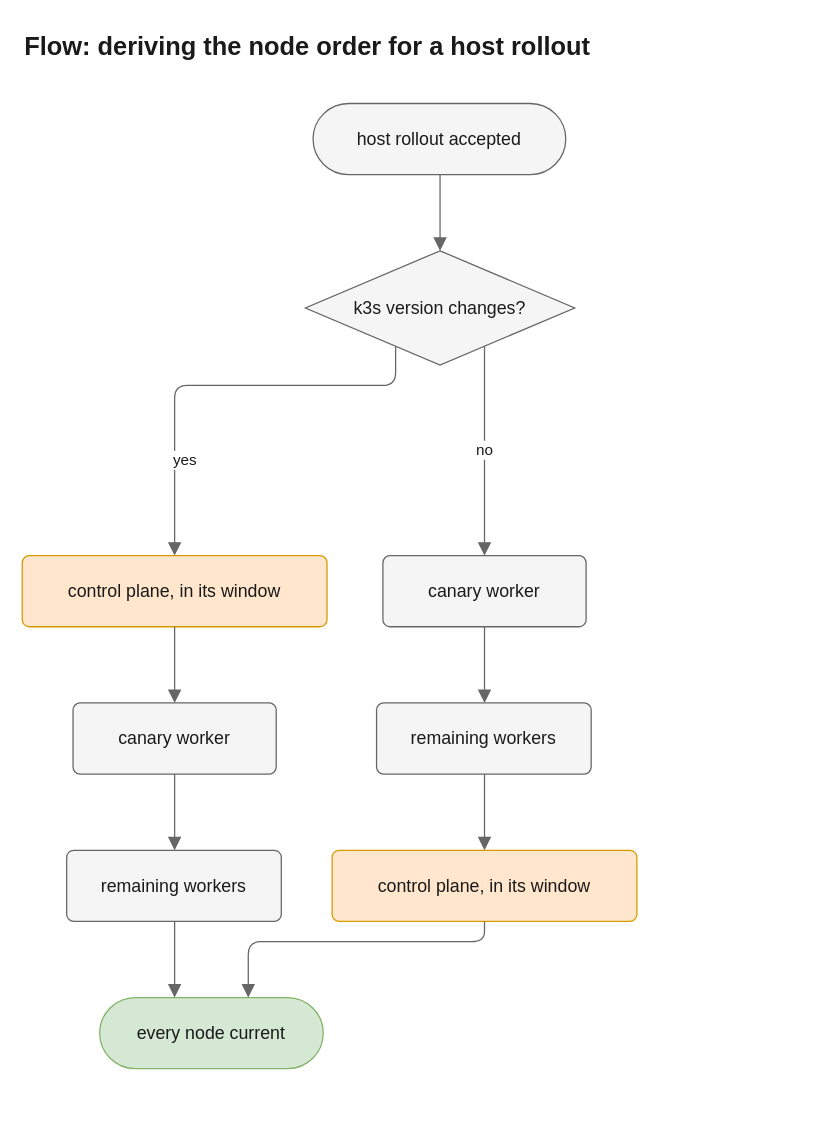
The draw.io diagram docs/diagrams/src/flow-host-order.drawio in JorisJonkers-dev/estate-kit, before the edit. Source tidied: cells renumbered, new cells numbered last; positions are measured from the earlier drawing's top-left corner, leaving out a move shared by most shapes. Both pictures are drawn from the tidied source at 127%, with x=0, y=0 at pixel (22, 22).
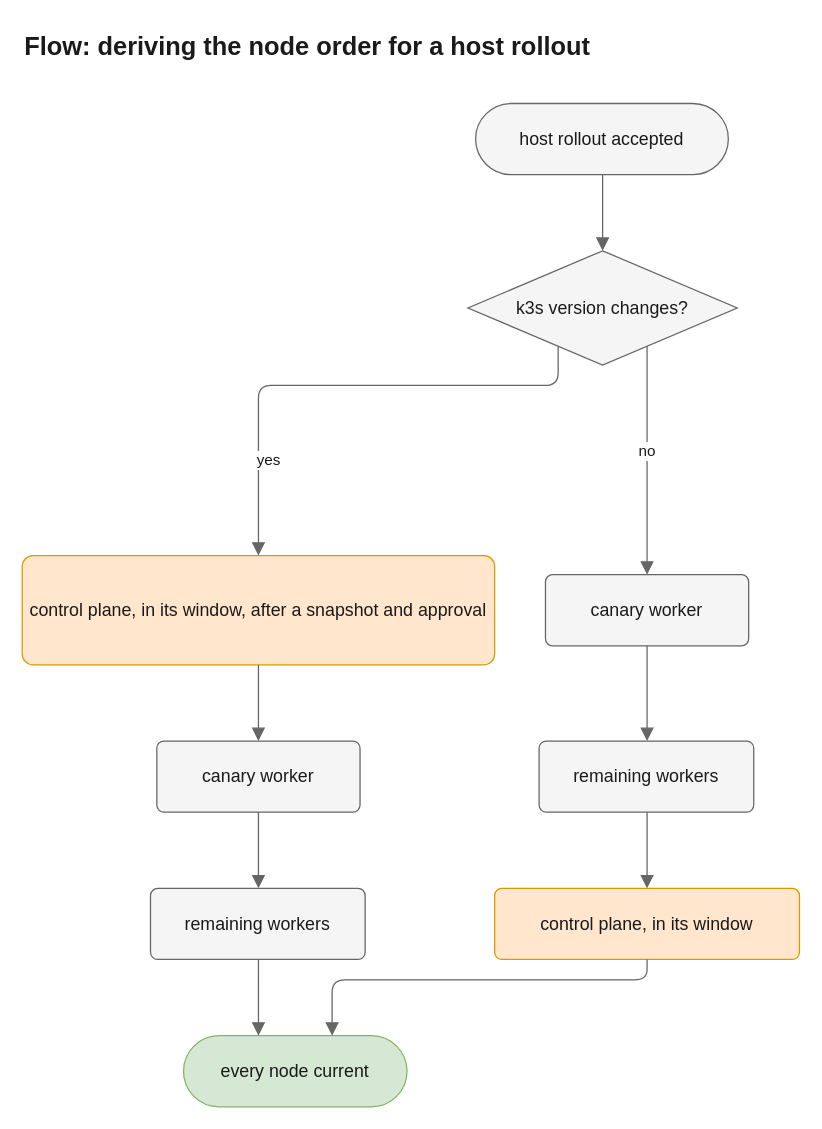
The same page after the edit.

The edit, as a diff of the source:
```diff
@@
     <mxCell id="2" value="host rollout accepted" style="rounded=1;arcSize=50;html=1;whiteSpace=wrap;fontSize=14;fontColor=light-dark(#1a1a1a,#e8e8e8);fillColor=light-dark(#f5f5f5,#2b2b2b);strokeColor=light-dark(#666666,#a8a8a8);fontFamily=Helvetica;" parent="1" vertex="1">
-      <mxGeometry x="229" y="64" width="199" height="56" as="geometry" />
+      <mxGeometry x="357" y="64" width="199" height="56" as="geometry" />
     </mxCell>
     <mxCell id="3" value="k3s version changes?" style="rhombus;html=1;whiteSpace=wrap;fontSize=14;fontColor=light-dark(#1a1a1a,#e8e8e8);fillColor=light-dark(#f5f5f5,#2b2b2b);strokeColor=light-dark(#666666,#a8a8a8);fontFamily=Helvetica;" parent="1" vertex="1">
-      <mxGeometry x="223" y="180" width="212" height="90" as="geometry" />
+      <mxGeometry x="351" y="180" width="212" height="90" as="geometry" />
     </mxCell>
-    <mxCell id="4" value="control plane, in its window" style="rounded=1;arcSize=10;html=1;whiteSpace=wrap;fontSize=14;fontColor=light-dark(#1a1a1a,#e8e8e8);fillColor=light-dark(#ffe6cc,#4a3820);strokeColor=light-dark(#d79b00,#d9a050);fontFamily=Helvetica;" parent="1" vertex="1">
-      <mxGeometry y="420" width="240" height="56" as="geometry" />
+    <mxCell id="4" value="control plane, in its window, after a snapshot and approval" style="rounded=1;arcSize=10;html=1;whiteSpace=wrap;fontSize=14;fontColor=light-dark(#1a1a1a,#e8e8e8);fillColor=light-dark(#ffe6cc,#4a3820);strokeColor=light-dark(#d79b00,#d9a050);fontFamily=Helvetica;" parent="1" vertex="1">
+      <mxGeometry y="420" width="372" height="86" as="geometry" />
     </mxCell>
     <mxCell id="5" value="canary worker" style="rounded=1;arcSize=10;html=1;whiteSpace=wrap;fontSize=14;fontColor=light-dark(#1a1a1a,#e8e8e8);fillColor=light-dark(#f5f5f5,#2b2b2b);strokeColor=light-dark(#666666,#a8a8a8);fontFamily=Helvetica;" parent="1" vertex="1">
-      <mxGeometry x="40" y="536" width="160" height="56" as="geometry" />
+      <mxGeometry x="106" y="566" width="160" height="56" as="geometry" />
     </mxCell>
     <mxCell id="6" value="remaining workers" style="rounded=1;arcSize=10;html=1;whiteSpace=wrap;fontSize=14;fontColor=light-dark(#1a1a1a,#e8e8e8);fillColor=light-dark(#f5f5f5,#2b2b2b);strokeColor=light-dark(#666666,#a8a8a8);fontFamily=Helvetica;" parent="1" vertex="1">
-      <mxGeometry x="35" y="652" width="169" height="56" as="geometry" />
+      <mxGeometry x="101" y="682" width="169" height="56" as="geometry" />
     </mxCell>
     <mxCell id="7" value="canary worker" style="rounded=1;arcSize=10;html=1;whiteSpace=wrap;fontSize=14;fontColor=light-dark(#1a1a1a,#e8e8e8);fillColor=light-dark(#f5f5f5,#2b2b2b);strokeColor=light-dark(#666666,#a8a8a8);fontFamily=Helvetica;" parent="1" vertex="1">
-      <mxGeometry x="284" y="420" width="160" height="56" as="geometry" />
+      <mxGeometry x="412" y="435" width="160" height="56" as="geometry" />
     </mxCell>
     <mxCell id="8" value="remaining workers" style="rounded=1;arcSize=10;html=1;whiteSpace=wrap;fontSize=14;fontColor=light-dark(#1a1a1a,#e8e8e8);fillColor=light-dark(#f5f5f5,#2b2b2b);strokeColor=light-dark(#666666,#a8a8a8);fontFamily=Helvetica;" parent="1" vertex="1">
-      <mxGeometry x="279" y="536" width="169" height="56" as="geometry" />
+      <mxGeometry x="407" y="566" width="169" height="56" as="geometry" />
     </mxCell>
     <mxCell id="9" value="control plane, in its window" style="rounded=1;arcSize=10;html=1;whiteSpace=wrap;fontSize=14;fontColor=light-dark(#1a1a1a,#e8e8e8);fillColor=light-dark(#ffe6cc,#4a3820);strokeColor=light-dark(#d79b00,#d9a050);fontFamily=Helvetica;" parent="1" vertex="1">
-      <mxGeometry x="244" y="652" width="240" height="56" as="geometry" />
+      <mxGeometry x="372" y="682" width="240" height="56" as="geometry" />
     </mxCell>
     <mxCell id="10" value="every node current" style="rounded=1;arcSize=50;html=1;whiteSpace=wrap;fontSize=14;fontColor=light-dark(#1a1a1a,#e8e8e8);fillColor=light-dark(#d5e8d4,#21402a);strokeColor=light-dark(#82b366,#7fc08c);fontFamily=Helvetica;" parent="1" vertex="1">
-      <mxGeometry x="61" y="768" width="176" height="56" as="geometry" />
+      <mxGeometry x="127" y="798" width="176" height="56" as="geometry" />
     </mxCell>
     <mxCell id="11" style="html=1;rounded=1;fontSize=14;fontSize=12;fontColor=light-dark(#1a1a1a,#e8e8e8);strokeColor=light-dark(#666666,#a8a8a8);endArrow=block;endFill=1;endSize=8;curved=0;exitX=0.5025;exitY=1;entryX=0.5;entryY=0;edgeStyle=orthogonalEdgeStyle;fontFamily=Helvetica;labelBackgroundColor=light-dark(#ffffff,#1e1e1e);" parent="1" edge="1" source="2" target="3">
       <mxGeometry relative="1" as="geometry">
         <Array as="points">
-          <mxPoint x="329" y="150" />
+          <mxPoint x="457" y="150" />
         </Array>
       </mxGeometry>
     </mxCell>
     <mxCell id="12" value="yes" style="html=1;rounded=1;fontSize=14;fontSize=12;fontColor=light-dark(#1a1a1a,#e8e8e8);strokeColor=light-dark(#666666,#a8a8a8);endArrow=block;endFill=1;endSize=8;noEdgeStyle=1;orthogonal=1;curved=0;exitX=0.3349;exitY=0.8349;entryX=0.5;entryY=0;fontFamily=Helvetica;labelBackgroundColor=light-dark(#ffffff,#1e1e1e);" parent="1" edge="1" source="3" target="4">
       <mxGeometry relative="1" as="geometry">
         <Array as="points">
-          <mxPoint x="294" y="286" />
-          <mxPoint x="120" y="286" />
+          <mxPoint x="422" y="286" />
+          <mxPoint x="186" y="286" />
         </Array>
-        <mxPoint x="-28" y="59" as="offset" />
+        <mxPoint x="-59" y="59" as="offset" />
       </mxGeometry>
     </mxCell>
     <mxCell id="13" value="no" style="html=1;rounded=1;fontSize=14;fontSize=12;fontColor=light-dark(#1a1a1a,#e8e8e8);strokeColor=light-dark(#666666,#a8a8a8);endArrow=block;endFill=1;endSize=8;noEdgeStyle=1;orthogonal=1;curved=0;exitX=0.6651;exitY=0.8349;entryX=0.5;entryY=0;fontFamily=Helvetica;labelBackgroundColor=light-dark(#ffffff,#1e1e1e);" parent="1" edge="1" source="3" target="7">
       <mxGeometry relative="1" as="geometry">
         <Array as="points">
-          <mxPoint x="364" y="270" />
+          <mxPoint x="492" y="270" />
         </Array>
+        <mxPoint y="-7.5" as="offset" />
       </mxGeometry>
     </mxCell>
     <mxCell id="14" style="html=1;rounded=1;fontSize=14;fontSize=12;fontColor=light-dark(#1a1a1a,#e8e8e8);strokeColor=light-dark(#666666,#a8a8a8);endArrow=block;endFill=1;endSize=8;curved=0;exitX=0.5;exitY=1;entryX=0.5;entryY=0;edgeStyle=orthogonalEdgeStyle;fontFamily=Helvetica;labelBackgroundColor=light-dark(#ffffff,#1e1e1e);" parent="1" edge="1" source="4" target="5">
       <mxGeometry relative="1" as="geometry">
         <Array as="points">
-          <mxPoint x="120" y="506" />
+          <mxPoint x="186" y="536" />
         </Array>
       </mxGeometry>
     </mxCell>
     <mxCell id="15" style="html=1;rounded=1;fontSize=14;fontSize=12;fontColor=light-dark(#1a1a1a,#e8e8e8);strokeColor=light-dark(#666666,#a8a8a8);endArrow=block;endFill=1;endSize=8;curved=0;exitX=0.5;exitY=1;entryX=0.503;entryY=0;edgeStyle=orthogonalEdgeStyle;fontFamily=Helvetica;labelBackgroundColor=light-dark(#ffffff,#1e1e1e);" parent="1" edge="1" source="5" target="6">
       <mxGeometry relative="1" as="geometry">
         <Array as="points">
-          <mxPoint x="120" y="622" />
+          <mxPoint x="186" y="652" />
         </Array>
       </mxGeometry>
     </mxCell>
     <mxCell id="16" style="html=1;rounded=1;fontSize=14;fontSize=12;fontColor=light-dark(#1a1a1a,#e8e8e8);strokeColor=light-dark(#666666,#a8a8a8);endArrow=block;endFill=1;endSize=8;curved=0;exitX=0.503;exitY=1;entryX=0.3352;entryY=0;edgeStyle=orthogonalEdgeStyle;fontFamily=Helvetica;labelBackgroundColor=light-dark(#ffffff,#1e1e1e);" parent="1" edge="1" source="6" target="10">
       <mxGeometry relative="1" as="geometry">
         <Array as="points">
-          <mxPoint x="120" y="738" />
+          <mxPoint x="186" y="768" />
         </Array>
       </mxGeometry>
     </mxCell>
     <mxCell id="17" style="html=1;rounded=1;fontSize=14;fontSize=12;fontColor=light-dark(#1a1a1a,#e8e8e8);strokeColor=light-dark(#666666,#a8a8a8);endArrow=block;endFill=1;endSize=8;curved=0;exitX=0.5;exitY=1;entryX=0.503;entryY=0;edgeStyle=orthogonalEdgeStyle;fontFamily=Helvetica;labelBackgroundColor=light-dark(#ffffff,#1e1e1e);" parent="1" edge="1" source="7" target="8">
       <mxGeometry relative="1" as="geometry">
         <Array as="points">
-          <mxPoint x="364" y="506" />
+          <mxPoint x="492" y="528.5" />
         </Array>
       </mxGeometry>
     </mxCell>
     <mxCell id="18" style="html=1;rounded=1;fontSize=14;fontSize=12;fontColor=light-dark(#1a1a1a,#e8e8e8);strokeColor=light-dark(#666666,#a8a8a8);endArrow=block;endFill=1;endSize=8;curved=0;exitX=0.503;exitY=1;entryX=0.5;entryY=0;edgeStyle=orthogonalEdgeStyle;fontFamily=Helvetica;labelBackgroundColor=light-dark(#ffffff,#1e1e1e);" parent="1" edge="1" source="8" target="9">
       <mxGeometry relative="1" as="geometry">
         <Array as="points">
-          <mxPoint x="364" y="622" />
+          <mxPoint x="492" y="652" />
         </Array>
       </mxGeometry>
     </mxCell>
     <mxCell id="19" style="html=1;rounded=1;fontSize=14;fontSize=12;fontColor=light-dark(#1a1a1a,#e8e8e8);strokeColor=light-dark(#666666,#a8a8a8);endArrow=block;endFill=1;endSize=8;curved=0;exitX=0.5;exitY=1;entryX=0.6648;entryY=0;edgeStyle=orthogonalEdgeStyle;fontFamily=Helvetica;labelBackgroundColor=light-dark(#ffffff,#1e1e1e);" parent="1" edge="1" source="9" target="10">
       <mxGeometry relative="1" as="geometry">
         <Array as="points">
-          <mxPoint x="364" y="724" />
-          <mxPoint x="178" y="724" />
+          <mxPoint x="492" y="754" />
+          <mxPoint x="244" y="754" />
         </Array>
       </mxGeometry>
     </mxCell>
     <mxCell id="20" value="Flow: deriving the node order for a host rollout" style="text;html=1;whiteSpace=wrap;align=left;verticalAlign=middle;fontSize=20;fontStyle=1;fontColor=light-dark(#1a1a1a,#e8e8e8);fontFamily=Helvetica;" parent="1" vertex="1">
-      <mxGeometry width="484" height="36" as="geometry" />
+      <mxGeometry width="612" height="36" as="geometry" />
     </mxCell>
```
